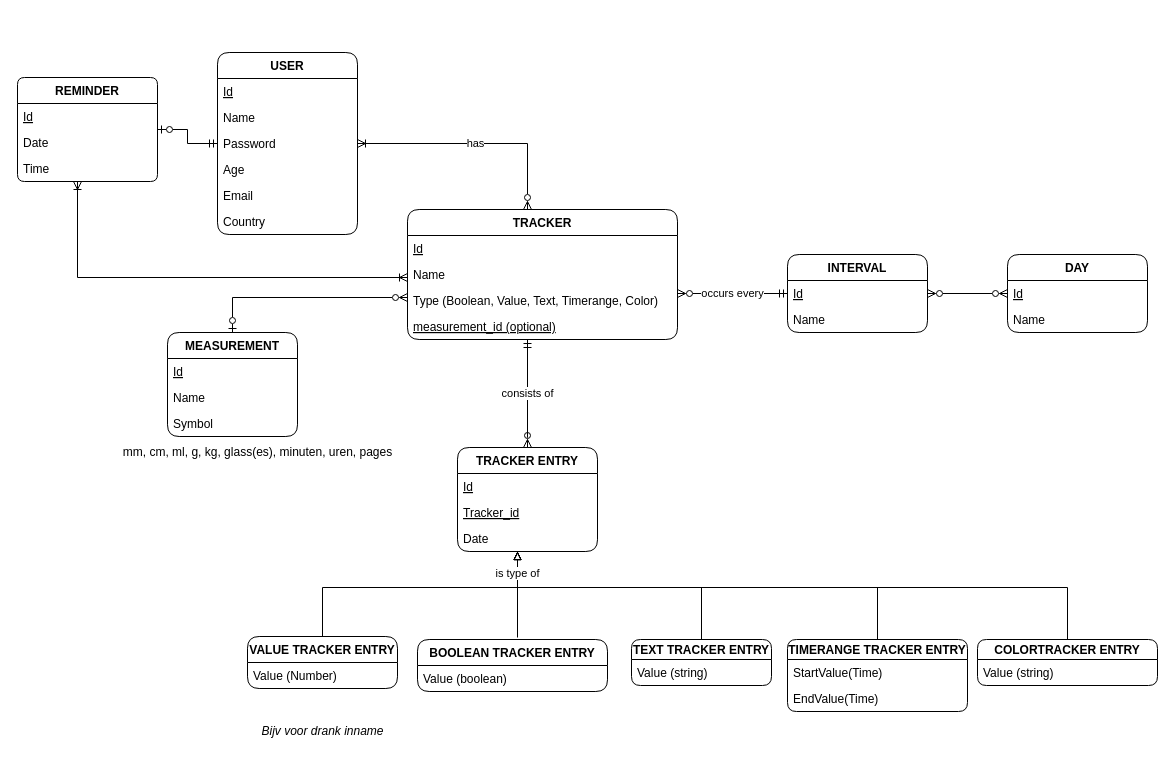
This is page "NEW UML" (4 of 5) of Documentation/tracker app.drawio from margotgradina/HabitHare, a draw.io file, before an edit. Source tidied: cells renumbered, new cells numbered last; positions are measured from the earlier drawing's top-left corner, leaving out a move shared by most shapes. Both pictures are drawn from the tidied source at 100%, with x=0, y=0 at pixel (17, 52).
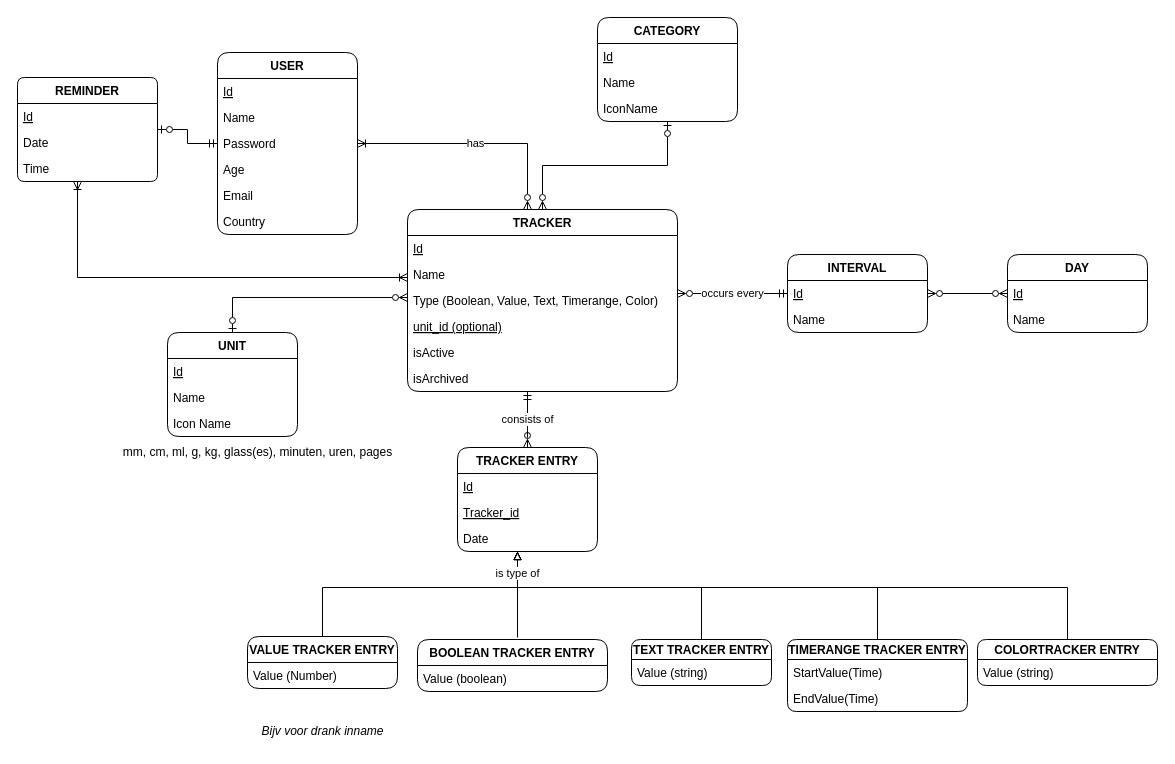
After the change.

Change to the diagram source:
```diff
@@
+    <mxCell id="57" style="edgeStyle=orthogonalEdgeStyle;rounded=0;jettySize=auto;html=1;endArrow=ERzeroToOne;endFill=0;startArrow=ERzeroToMany;startFill=0;" parent="1" edge="1" source="7" target="60">
+      <mxGeometry relative="1" as="geometry" />
+    </mxCell>
     <mxCell id="7" value="TRACKER" style="swimlane;fontStyle=1;horizontal=1;startSize=26;fillColor=none;rounded=1;" parent="1" vertex="1">
-      <mxGeometry x="390" y="157" width="270" height="130" as="geometry" />
+      <mxGeometry x="390" y="157" width="270" height="182" as="geometry" />
     </mxCell>
@@
-    <mxCell id="11" value="measurement_id (optional)" style="text;strokeColor=none;fillColor=none;align=left;verticalAlign=top;spacingLeft=4;spacingRight=4;overflow=hidden;fontStyle=4;" parent="7" vertex="1">
+    <mxCell id="11" value="unit_id (optional)" style="text;strokeColor=none;fillColor=none;align=left;verticalAlign=top;spacingLeft=4;spacingRight=4;overflow=hidden;fontStyle=4;" parent="7" vertex="1">
       <mxGeometry y="104" width="270" height="26" as="geometry" />
     </mxCell>
+    <mxCell id="58" value="isActive" style="text;strokeColor=none;fillColor=none;align=left;verticalAlign=top;spacingLeft=4;spacingRight=4;overflow=hidden;fontStyle=0;" parent="7" vertex="1">
+      <mxGeometry y="130" width="270" height="26" as="geometry" />
+    </mxCell>
+    <mxCell id="59" value="isArchived" style="text;strokeColor=none;fillColor=none;align=left;verticalAlign=top;spacingLeft=4;spacingRight=4;overflow=hidden;fontStyle=0;" parent="7" vertex="1">
+      <mxGeometry y="156" width="270" height="26" as="geometry" />
+    </mxCell>
@@
-    <mxCell id="48" value="MEASUREMENT" style="swimlane;fontStyle=1;horizontal=1;startSize=26;fillColor=none;rounded=1;" parent="1" vertex="1">
+    <mxCell id="48" value="UNIT" style="swimlane;fontStyle=1;horizontal=1;startSize=26;fillColor=none;rounded=1;" parent="1" vertex="1">
       <mxGeometry x="150" y="280" width="130" height="104" as="geometry" />
     </mxCell>
@@
-    <mxCell id="51" value="Symbol&#10;" style="text;strokeColor=none;fillColor=none;align=left;verticalAlign=top;spacingLeft=4;spacingRight=4;overflow=hidden;" parent="48" vertex="1">
+    <mxCell id="51" value="Icon Name" style="text;strokeColor=none;fillColor=none;align=left;verticalAlign=top;spacingLeft=4;spacingRight=4;overflow=hidden;" parent="48" vertex="1">
       <mxGeometry y="78" width="130" height="26" as="geometry" />
     </mxCell>
@@
+    <mxCell id="60" value="CATEGORY" style="swimlane;fontStyle=1;horizontal=1;startSize=26;fillColor=none;rounded=1;" parent="1" vertex="1">
+      <mxGeometry x="580" y="-35" width="140" height="104" as="geometry" />
+    </mxCell>
+    <mxCell id="61" value="Id" style="text;strokeColor=none;fillColor=none;align=left;verticalAlign=top;spacingLeft=4;spacingRight=4;overflow=hidden;fontStyle=4;" parent="60" vertex="1">
+      <mxGeometry y="26" width="140" height="26" as="geometry" />
+    </mxCell>
+    <mxCell id="62" value="Name" style="text;strokeColor=none;fillColor=none;align=left;verticalAlign=top;spacingLeft=4;spacingRight=4;overflow=hidden;fontStyle=0;" parent="60" vertex="1">
+      <mxGeometry y="52" width="140" height="26" as="geometry" />
+    </mxCell>
+    <mxCell id="63" value="IconName" style="text;strokeColor=none;fillColor=none;align=left;verticalAlign=top;spacingLeft=4;spacingRight=4;overflow=hidden;" parent="60" vertex="1">
+      <mxGeometry y="78" width="140" height="26" as="geometry" />
+    </mxCell>
```
